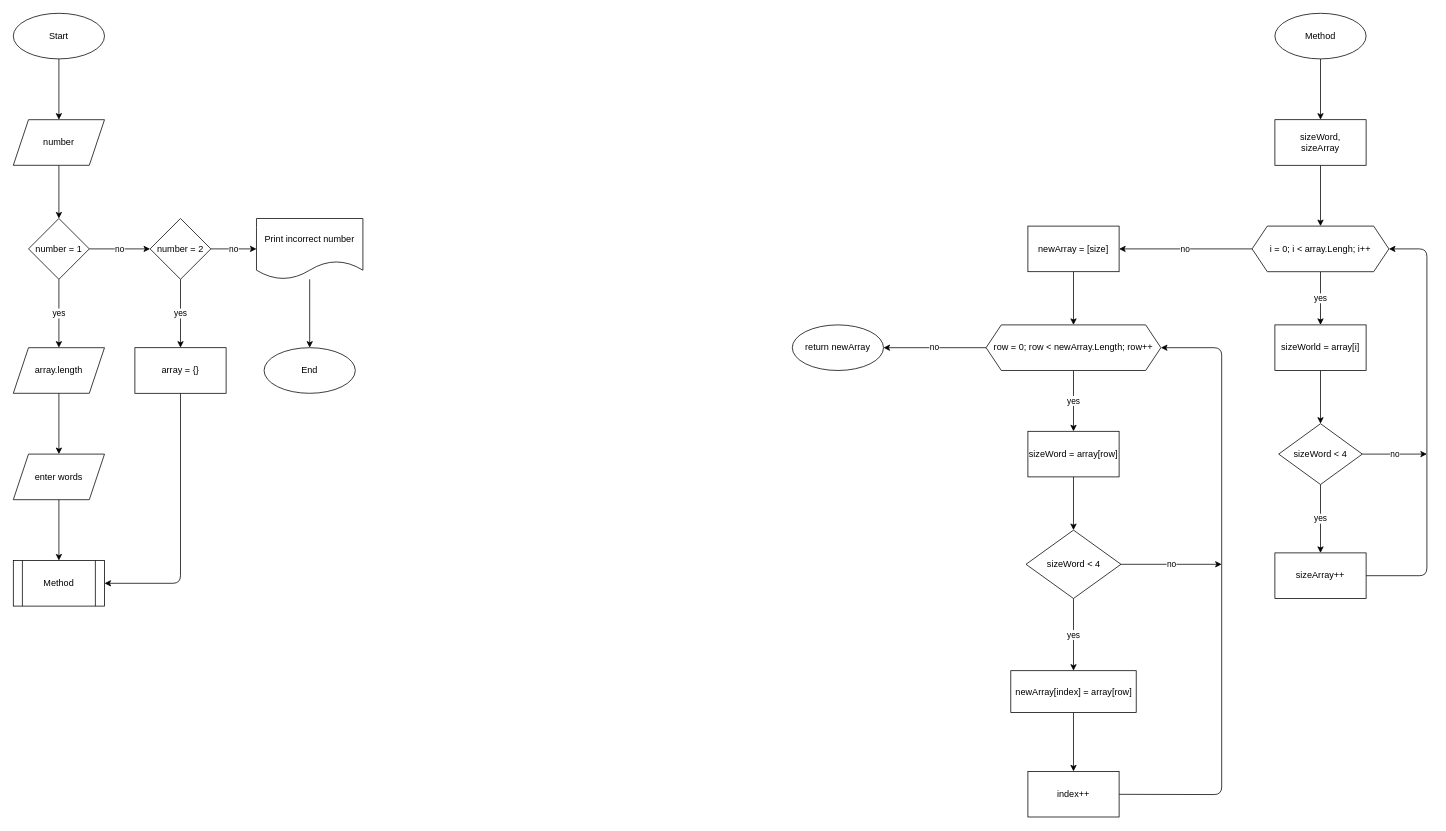
Earlier version of the draw.io diagram task/flowchart.drawio (Fostix/FinalTestWork.). Source tidied: cells renumbered, new cells numbered last; positions are measured from the earlier drawing's top-left corner, leaving out a move shared by most shapes. Both pictures are drawn from the tidied source at 76%, with x=0, y=0 at pixel (13, 13).
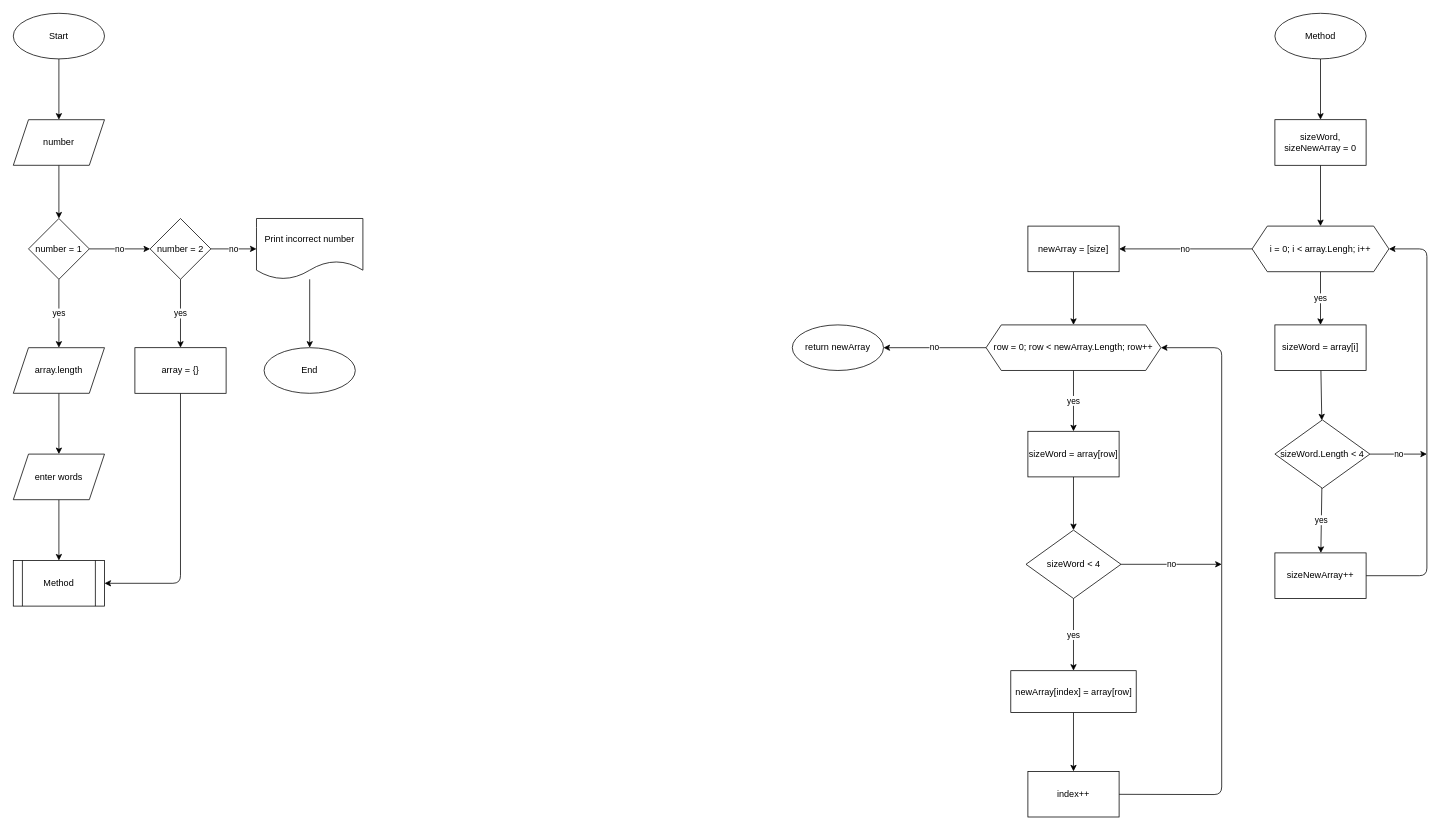
The same page after the edit.

The edit, as a diff of the source:
```diff
@@
-    <mxCell id="28" value="sizeWorld = array[i]" style="whiteSpace=wrap;html=1;" parent="1" vertex="1">
+    <mxCell id="28" value="sizeWord = array[i]" style="whiteSpace=wrap;html=1;" parent="1" vertex="1">
       <mxGeometry x="1660" y="410" width="120" height="60" as="geometry" />
     </mxCell>
@@
-    <mxCell id="30" value="sizeWord,&lt;br&gt;sizeArray" style="whiteSpace=wrap;html=1;" parent="1" vertex="1">
+    <mxCell id="30" value="sizeWord,&lt;br&gt;sizeNewArray = 0" style="whiteSpace=wrap;html=1;" parent="1" vertex="1">
       <mxGeometry x="1660" y="140" width="120" height="60" as="geometry" />
     </mxCell>
@@
-    <mxCell id="33" value="sizeWord &amp;lt; 4" style="rhombus;whiteSpace=wrap;html=1;" parent="1" vertex="1">
-      <mxGeometry x="1665" y="540" width="110" height="80" as="geometry" />
+    <mxCell id="33" value="sizeWord.Length &amp;lt; 4" style="rhombus;whiteSpace=wrap;html=1;" parent="1" vertex="1">
+      <mxGeometry x="1660" y="535" width="125" height="90" as="geometry" />
     </mxCell>
@@
-    <mxCell id="35" value="sizeArray++" style="whiteSpace=wrap;html=1;" parent="1" vertex="1">
+    <mxCell id="35" value="sizeNewArray++" style="whiteSpace=wrap;html=1;" parent="1" vertex="1">
       <mxGeometry x="1660" y="710" width="120" height="60" as="geometry" />
     </mxCell>
```
